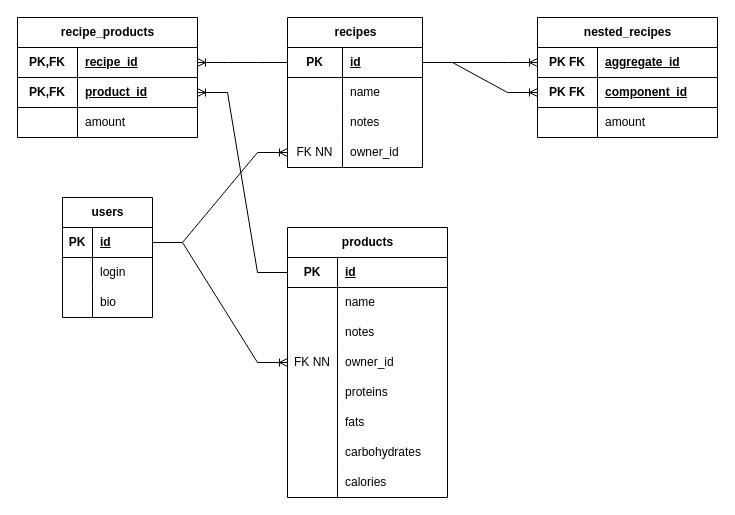
The draw.io diagram charts/foody-db-chart.drawio in Alexcoratt/foody, before the edit. Source tidied: cells renumbered, new cells numbered last; positions are measured from the earlier drawing's top-left corner, leaving out a move shared by most shapes. Both pictures are drawn from the tidied source at 100%, with x=0, y=0 at pixel (17, 17).
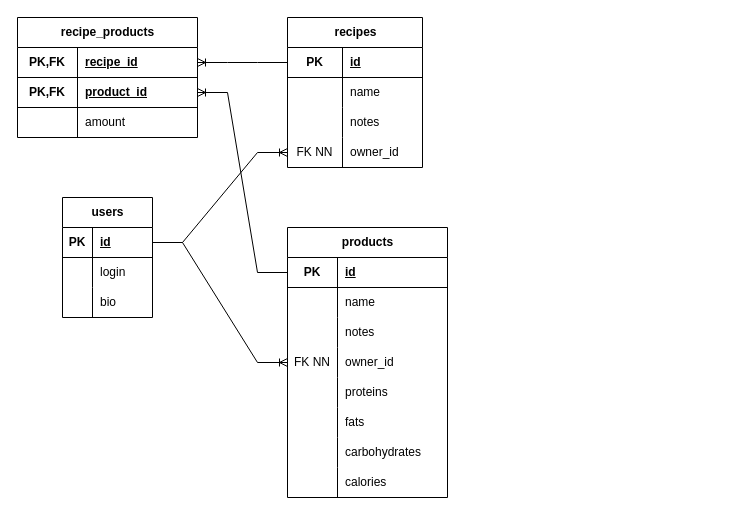
The same page after the edit.

Commit message (it also covers changes not shown here):
Purge nested recipes

The change refers to these unchanged cells:
```xml
<mxCell id="39" style="shape=tableRow;horizontal=0;startSize=0;swimlaneHead=0;swimlaneBody=0;fillColor=none;points=[[0,0.5],[1,0.5]];portConstraint=eastwest;top=0;left=0;right=0;bottom=1;" parent="38" vertex="1">
  <mxGeometry y="30" width="135" height="30" as="geometry" />
</mxCell>
```

What changed in the source:
```diff
@@
-    <mxCell id="63" value="nested_recipes" style="shape=table;startSize=30;childLayout=tableLayout;rowLines=0;fontStyle=1;align=center;html=1;" parent="1" vertex="1">
-      <mxGeometry x="520" width="180" height="120" as="geometry" />
-    </mxCell>
-    <mxCell id="64" style="shape=tableRow;horizontal=0;startSize=0;swimlaneHead=0;swimlaneBody=0;fillColor=none;points=[[0,0.5],[1,0.5]];portConstraint=eastwest;top=0;left=0;right=0;bottom=1;" parent="63" vertex="1">
-      <mxGeometry y="30" width="180" height="30" as="geometry" />
-    </mxCell>
-    <mxCell id="65" value="PK FK" style="shape=partialRectangle;fillColor=none;top=0;left=0;bottom=0;right=0;fontStyle=1;overflow=hidden;whiteSpace=wrap;html=1;" parent="64" vertex="1">
-      <mxGeometry width="60" height="30" as="geometry" />
-    </mxCell>
-    <mxCell id="66" value="aggregate_id" style="shape=partialRectangle;fillColor=none;top=0;left=0;bottom=0;right=0;align=left;spacingLeft=6;fontStyle=5;overflow=hidden;whiteSpace=wrap;html=1;" parent="64" vertex="1">
-      <mxGeometry x="60" width="120" height="30" as="geometry" />
-    </mxCell>
-    <mxCell id="67" style="shape=tableRow;horizontal=0;startSize=0;swimlaneHead=0;swimlaneBody=0;fillColor=none;points=[[0,0.5],[1,0.5]];portConstraint=eastwest;top=0;left=0;right=0;bottom=1;" parent="63" vertex="1">
-      <mxGeometry y="60" width="180" height="30" as="geometry" />
-    </mxCell>
-    <mxCell id="68" value="PK FK" style="shape=partialRectangle;fillColor=none;top=0;left=0;bottom=0;right=0;fontStyle=1;overflow=hidden;whiteSpace=wrap;html=1;" parent="67" vertex="1">
-      <mxGeometry width="60" height="30" as="geometry" />
-    </mxCell>
-    <mxCell id="69" value="component_id" style="shape=partialRectangle;fillColor=none;top=0;left=0;bottom=0;right=0;align=left;spacingLeft=6;fontStyle=5;overflow=hidden;whiteSpace=wrap;html=1;" parent="67" vertex="1">
-      <mxGeometry x="60" width="120" height="30" as="geometry" />
-    </mxCell>
-    <mxCell id="70" style="shape=tableRow;horizontal=0;startSize=0;swimlaneHead=0;swimlaneBody=0;fillColor=none;top=0;left=0;right=0;bottom=0;" parent="63" vertex="1">
-      <mxGeometry y="90" width="180" height="30" as="geometry" />
-    </mxCell>
-    <mxCell id="71" style="shape=partialRectangle;fillColor=none;top=0;left=0;bottom=0;right=0;overflow=hidden;whiteSpace=wrap;html=1;" parent="70" vertex="1">
-      <mxGeometry width="60" height="30" as="geometry" />
-    </mxCell>
-    <mxCell id="72" value="amount" style="shape=partialRectangle;fillColor=none;top=0;left=0;bottom=0;right=0;align=left;spacingLeft=6;overflow=hidden;whiteSpace=wrap;html=1;" parent="70" vertex="1">
-      <mxGeometry x="60" width="120" height="30" as="geometry" />
-    </mxCell>
-    <mxCell id="73" style="edgeStyle=entityRelationEdgeStyle;fontSize=12;html=1;endArrow=ERoneToMany;rounded=0;" parent="1" edge="1" source="39" target="64">
-      <mxGeometry relative="1" as="geometry" />
-    </mxCell>
-    <mxCell id="74" style="edgeStyle=entityRelationEdgeStyle;fontSize=12;html=1;endArrow=ERoneToMany;rounded=0;" parent="1" edge="1" source="39" target="67">
-      <mxGeometry relative="1" as="geometry" />
-    </mxCell>
```
